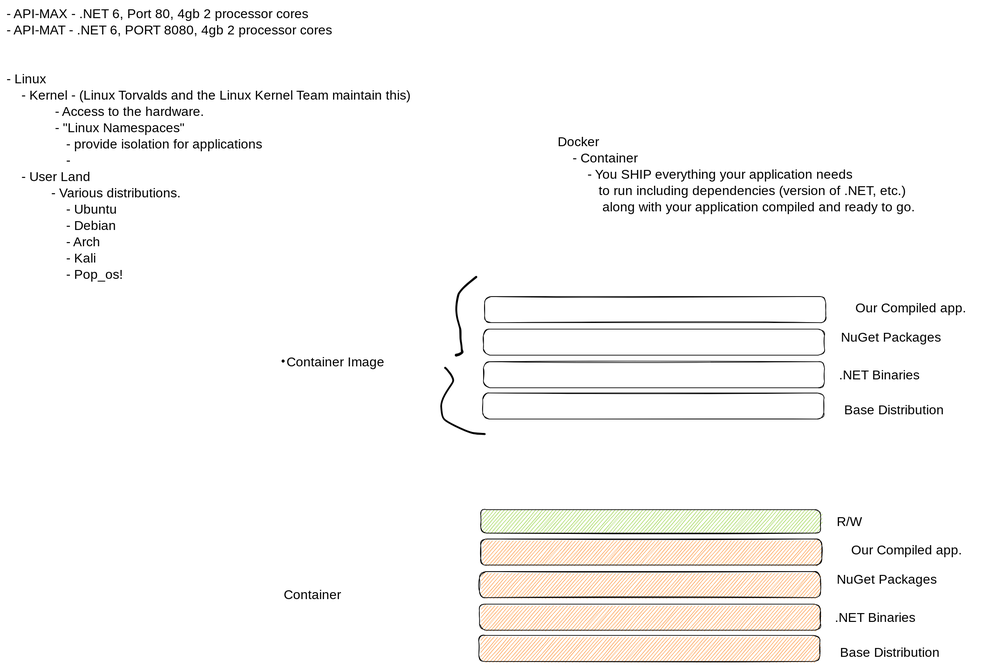
The Excalidraw diagram notes/containers.excalidraw.svg in hypertheory-services/beginning-service-development-feb-2023, before a commit. Source tidied: one line per element, renumbered; positions are measured from the earlier drawing's top-left corner, leaving out a move shared by most shapes.
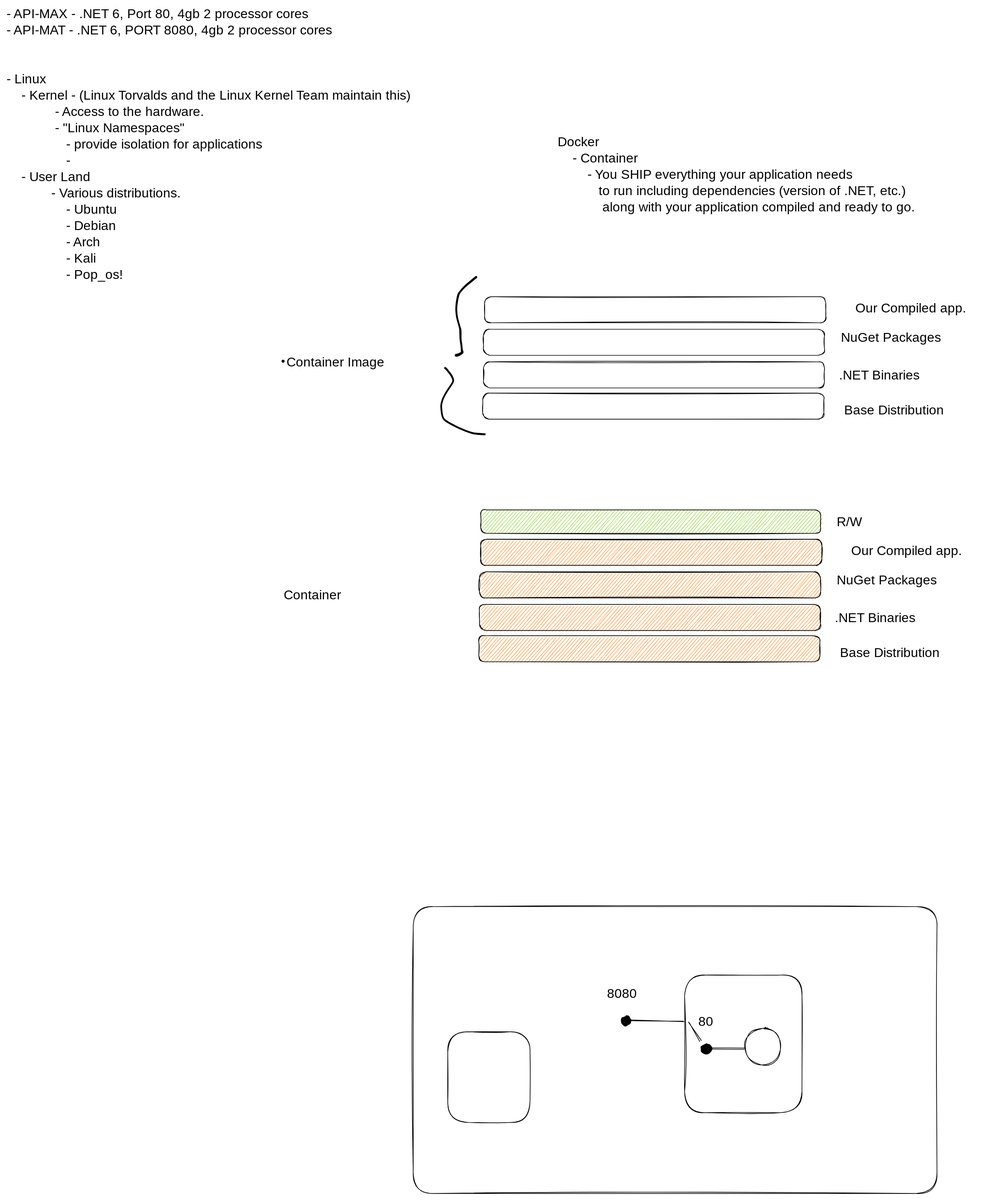
After the change.

The edit, as a diff of the source:
```diff
@@ -24,3 +24,12 @@
 {"id": 23, "type": "rectangle", "strokeColor": "#000000", "backgroundColor": "#82c91e", "fillStyle": "hachure", "strokeWidth": 1, "roughness": 1, "round": true, "x": 727, "y": 772, "width": 521, "height": 36}
 {"id": 24, "type": "text", "text": "R/W", "strokeColor": "#000000", "backgroundColor": "#82c91e", "fillStyle": "hachure", "strokeWidth": 1, "roughness": 1, "fontSize": 20, "fontFamily": 1, "x": 1273, "y": 779, "width": 39, "height": 25}
 {"id": 25, "type": "text", "text": "Container", "strokeColor": "#000000", "backgroundColor": "#82c91e", "fillStyle": "hachure", "strokeWidth": 1, "roughness": 1, "fontSize": 20, "fontFamily": 1, "x": 425, "y": 891, "width": 92, "height": 25}
+{"id": 26, "type": "rectangle", "strokeColor": "#000000", "strokeWidth": 1, "roughness": 1, "round": true, "x": 624, "y": 1380, "width": 803, "height": 440}
+{"id": 27, "type": "rectangle", "strokeColor": "#000000", "strokeWidth": 1, "roughness": 1, "round": true, "x": 1040, "y": 1486, "width": 180, "height": 211}
+{"id": 28, "type": "ellipse", "strokeColor": "#000000", "strokeWidth": 1, "roughness": 1, "round": true, "x": 1132, "y": 1566, "width": 55, "height": 57}
+{"id": 29, "type": "arrow", "strokeColor": "#000000", "strokeWidth": 1, "roughness": 1, "endArrowhead": "dot", "round": true, "from": 28, "x": 1132, "y": 1598, "width": 60, "height": 1, "points": [[0, 0], [-60, -1]]}
+{"id": 30, "type": "text", "text": "80", "strokeColor": "#000000", "strokeWidth": 1, "roughness": 1, "fontSize": 20, "fontFamily": 1, "x": 1060, "y": 1546, "width": 30, "height": 25}
+{"id": 31, "type": "rectangle", "strokeColor": "#000000", "strokeWidth": 1, "roughness": 1, "round": true, "x": 676, "y": 1572, "width": 126, "height": 139}
+{"id": 32, "type": "arrow", "strokeColor": "#000000", "strokeWidth": 1, "roughness": 1, "endArrowhead": "dot", "round": true, "from": 27, "x": 1038, "y": 1556, "width": 89, "height": 2, "points": [[0, 0], [-89, -2]]}
+{"id": 33, "type": "text", "text": "8080", "strokeColor": "#000000", "strokeWidth": 1, "roughness": 1, "fontSize": 20, "fontFamily": 1, "x": 920, "y": 1502, "width": 59, "height": 25}
+{"id": 34, "type": "line", "strokeColor": "#000000", "strokeWidth": 1, "roughness": 1, "round": true, "x": 1046, "y": 1558, "width": 17, "height": 28, "points": [[0, 0], [17, 28]]}
```
